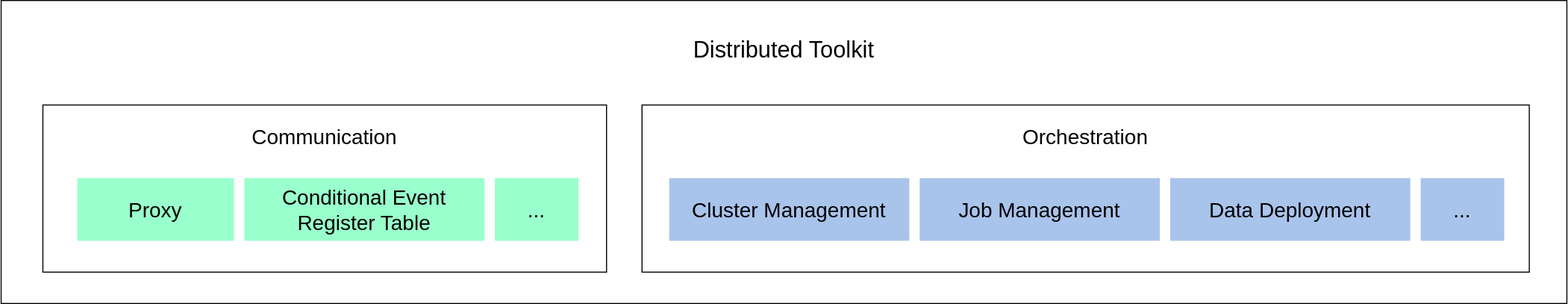
Above: docs/source/images/distributed/key_components.svg in microsoft/maro (draw.io), before the change. Source tidied: cells renumbered, new cells last; positions are measured from the earlier drawing's top-left corner, leaving out a move shared by most shapes.
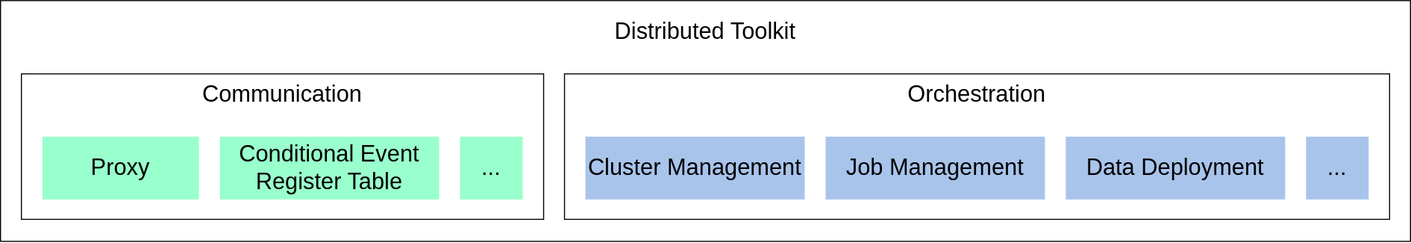
The same diagram one commit later.

What changed in the source:
```diff
@@ -2,44 +2,44 @@
   <root>
     <mxCell id="0" />
     <mxCell id="1" parent="0" />
-    <mxCell id="2" style="rounded=0;whiteSpace=wrap;html=1;fillColor=none;" parent="1" vertex="1">
-      <mxGeometry x="614" y="100" width="850" height="160" as="geometry" />
+    <mxCell id="2" style="rounded=0;whiteSpace=wrap;html=1;fillColor=none;fontSize=22;" parent="1" vertex="1">
+      <mxGeometry x="560" y="120" width="790" height="139" as="geometry" />
     </mxCell>
-    <mxCell id="3" style="rounded=0;whiteSpace=wrap;html=1;fillColor=none;" parent="1" vertex="1">
-      <mxGeometry width="1500" height="290" as="geometry" />
+    <mxCell id="3" style="rounded=0;whiteSpace=wrap;html=1;fillColor=none;fontSize=22;" parent="1" vertex="1">
+      <mxGeometry x="20" y="50" width="1350" height="230" as="geometry" />
     </mxCell>
-    <mxCell id="4" style="rounded=0;whiteSpace=wrap;html=1;fillColor=none;" parent="1" vertex="1">
-      <mxGeometry x="40" y="100" width="540" height="160" as="geometry" />
+    <mxCell id="4" style="rounded=0;whiteSpace=wrap;html=1;fillColor=none;fontSize=22;" parent="1" vertex="1">
+      <mxGeometry x="40" y="120" width="500" height="139" as="geometry" />
     </mxCell>
-    <mxCell id="5" value="&lt;span style=&quot;font-size: 20px&quot;&gt;Proxy&lt;/span&gt;" style="rounded=0;whiteSpace=wrap;html=1;strokeWidth=1;fontSize=20;strokeColor=none;fillColor=#99FFCC;" parent="1" vertex="1">
-      <mxGeometry x="73" y="170" width="150" height="60" as="geometry" />
+    <mxCell id="5" value="&lt;span style=&quot;font-size: 22px;&quot;&gt;Proxy&lt;/span&gt;" style="rounded=0;whiteSpace=wrap;html=1;strokeWidth=1;fontSize=22;strokeColor=none;fillColor=#99FFCC;" parent="1" vertex="1">
+      <mxGeometry x="60" y="180" width="150" height="60" as="geometry" />
     </mxCell>
-    <mxCell id="6" value="&lt;font style=&quot;font-size: 20px&quot;&gt;Conditional Event Register Table&lt;/font&gt;" style="rounded=0;whiteSpace=wrap;html=1;strokeWidth=1;fontSize=20;strokeColor=none;fillColor=#99FFCC;" parent="1" vertex="1">
-      <mxGeometry x="233" y="170" width="230" height="60" as="geometry" />
+    <mxCell id="6" value="&lt;font style=&quot;font-size: 22px;&quot;&gt;Conditional Event Register Table&lt;/font&gt;" style="rounded=0;whiteSpace=wrap;html=1;strokeWidth=1;fontSize=22;strokeColor=none;fillColor=#99FFCC;" parent="1" vertex="1">
+      <mxGeometry x="230" y="180" width="210" height="60" as="geometry" />
     </mxCell>
-    <mxCell id="7" value="Cluster Management" style="rounded=0;whiteSpace=wrap;html=1;strokeWidth=1;fontSize=20;strokeColor=none;fillColor=#A9C4EB;" parent="1" vertex="1">
-      <mxGeometry x="640" y="170" width="230" height="60" as="geometry" />
+    <mxCell id="7" value="Cluster Management" style="rounded=0;whiteSpace=wrap;html=1;strokeWidth=1;fontSize=22;strokeColor=none;fillColor=#A9C4EB;" parent="1" vertex="1">
+      <mxGeometry x="580" y="180" width="210" height="60" as="geometry" />
     </mxCell>
-    <mxCell id="8" value="Job Management" style="rounded=0;whiteSpace=wrap;html=1;strokeWidth=1;fontSize=20;strokeColor=none;fillColor=#A9C4EB;" parent="1" vertex="1">
-      <mxGeometry x="880" y="170" width="230" height="60" as="geometry" />
+    <mxCell id="8" value="Job Management" style="rounded=0;whiteSpace=wrap;html=1;strokeWidth=1;fontSize=22;strokeColor=none;fillColor=#A9C4EB;" parent="1" vertex="1">
+      <mxGeometry x="810" y="180" width="210" height="60" as="geometry" />
     </mxCell>
-    <mxCell id="9" value="&lt;font style=&quot;font-size: 20px&quot;&gt;Communication&lt;/font&gt;" style="text;html=1;strokeColor=none;fillColor=none;align=center;verticalAlign=middle;whiteSpace=wrap;rounded=0;" parent="1" vertex="1">
-      <mxGeometry x="40" y="110" width="540" height="40" as="geometry" />
+    <mxCell id="9" value="&lt;font style=&quot;font-size: 22px;&quot;&gt;Communication&lt;/font&gt;" style="text;html=1;strokeColor=none;fillColor=none;align=center;verticalAlign=middle;whiteSpace=wrap;rounded=0;fontSize=22;" parent="1" vertex="1">
+      <mxGeometry x="85" y="120" width="410" height="40" as="geometry" />
     </mxCell>
-    <mxCell id="10" value="&lt;span style=&quot;font-size: 20px&quot;&gt;Orchestration&lt;/span&gt;" style="text;html=1;strokeColor=none;fillColor=none;align=center;verticalAlign=middle;whiteSpace=wrap;rounded=0;" parent="1" vertex="1">
-      <mxGeometry x="614" y="110" width="850" height="40" as="geometry" />
+    <mxCell id="10" value="&lt;span style=&quot;font-size: 22px;&quot;&gt;Orchestration&lt;/span&gt;" style="text;html=1;strokeColor=none;fillColor=none;align=center;verticalAlign=middle;whiteSpace=wrap;rounded=0;fontSize=22;" parent="1" vertex="1">
+      <mxGeometry x="792" y="120" width="326" height="40" as="geometry" />
     </mxCell>
-    <mxCell id="11" value="&lt;font style=&quot;font-size: 22px&quot;&gt;Distributed Toolkit&lt;/font&gt;" style="text;html=1;strokeColor=none;fillColor=none;align=center;verticalAlign=middle;whiteSpace=wrap;rounded=0;" parent="1" vertex="1">
-      <mxGeometry y="28" width="1500" height="40" as="geometry" />
+    <mxCell id="11" value="&lt;font style=&quot;font-size: 22px;&quot;&gt;Distributed Toolkit&lt;/font&gt;" style="text;html=1;strokeColor=none;fillColor=none;align=center;verticalAlign=middle;whiteSpace=wrap;rounded=0;fontSize=22;" parent="1" vertex="1">
+      <mxGeometry x="480" y="60" width="430" height="40" as="geometry" />
     </mxCell>
-    <mxCell id="12" value="Data Deployment" style="rounded=0;whiteSpace=wrap;html=1;strokeWidth=1;fontSize=20;strokeColor=none;fillColor=#A9C4EB;" parent="1" vertex="1">
-      <mxGeometry x="1120" y="170" width="230" height="60" as="geometry" />
+    <mxCell id="12" value="Data Deployment" style="rounded=0;whiteSpace=wrap;html=1;strokeWidth=1;fontSize=22;strokeColor=none;fillColor=#A9C4EB;" parent="1" vertex="1">
+      <mxGeometry x="1040" y="180" width="210" height="60" as="geometry" />
     </mxCell>
-    <mxCell id="13" value="..." style="rounded=0;whiteSpace=wrap;html=1;strokeWidth=1;fontSize=20;strokeColor=none;fillColor=#A9C4EB;" parent="1" vertex="1">
-      <mxGeometry x="1360" y="170" width="80" height="60" as="geometry" />
+    <mxCell id="13" value="..." style="rounded=0;whiteSpace=wrap;html=1;strokeWidth=1;fontSize=22;strokeColor=none;fillColor=#A9C4EB;" parent="1" vertex="1">
+      <mxGeometry x="1270" y="180" width="60" height="60" as="geometry" />
     </mxCell>
-    <mxCell id="14" value="&lt;span style=&quot;font-size: 20px&quot;&gt;...&lt;/span&gt;" style="rounded=0;whiteSpace=wrap;html=1;strokeWidth=1;fontSize=20;strokeColor=none;fillColor=#99FFCC;" parent="1" vertex="1">
-      <mxGeometry x="473" y="170" width="80" height="60" as="geometry" />
+    <mxCell id="14" value="&lt;span style=&quot;font-size: 22px;&quot;&gt;...&lt;/span&gt;" style="rounded=0;whiteSpace=wrap;html=1;strokeWidth=1;fontSize=22;strokeColor=none;fillColor=#99FFCC;" parent="1" vertex="1">
+      <mxGeometry x="460" y="180" width="60" height="60" as="geometry" />
     </mxCell>
   </root>
 </mxGraphModel>
```
